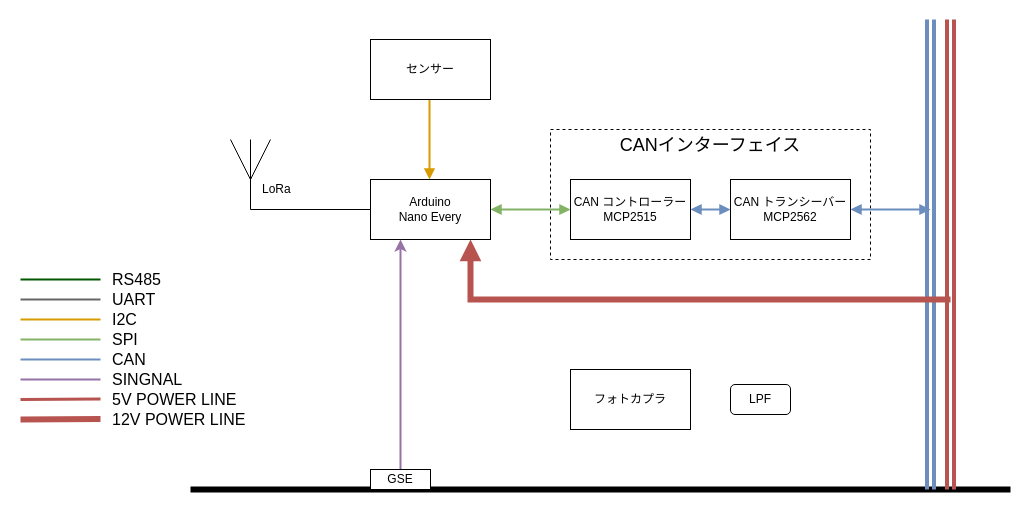
Earlier version of the draw.io diagram Documents/Reports/Drawio/ColorPalette_BlockDiagram.drawio (tokai-student-rocket-project/H-58-Avionics). Source tidied: cells renumbered, new cells numbered last; positions are measured from the earlier drawing's top-left corner, leaving out a move shared by most shapes. Both pictures are drawn from the tidied source at 100%, with x=0, y=0 at pixel (20, 19).
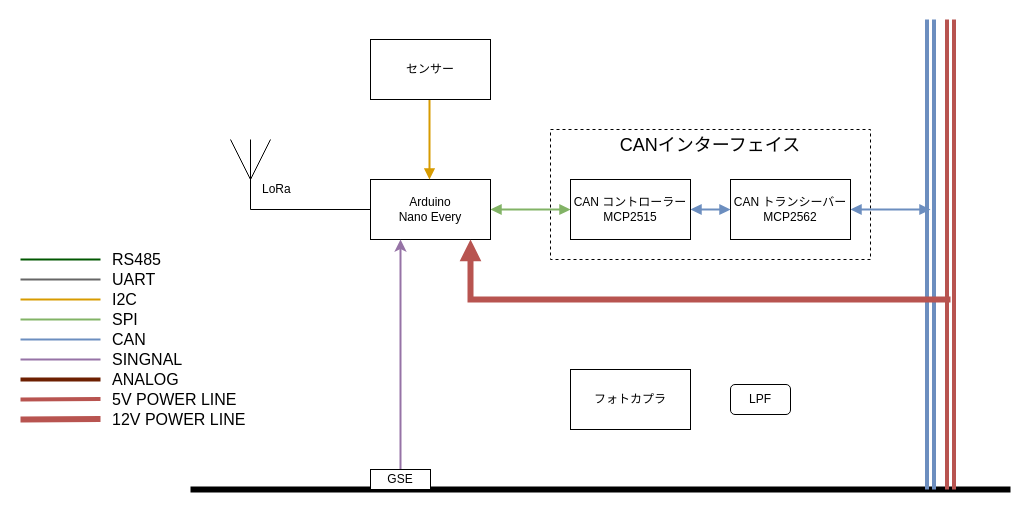
The same page after the edit.

Commit message (it also covers changes not shown here):
電源系の図を追加

Change to the diagram source:
```diff
@@
     <mxCell id="21" style="endArrow=none;html=1;rounded=0;strokeWidth=2;fillColor=#ffe6cc;strokeColor=#d79b00;" parent="1" edge="1">
       <mxGeometry relative="1" as="geometry">
-        <mxPoint y="300" as="sourcePoint" />
-        <mxPoint x="80" y="300" as="targetPoint" />
+        <mxPoint y="280" as="sourcePoint" />
+        <mxPoint x="80" y="280" as="targetPoint" />
       </mxGeometry>
     </mxCell>
     <mxCell id="22" value="I2C" style="text;html=1;strokeColor=none;fillColor=none;align=left;verticalAlign=middle;whiteSpace=wrap;rounded=0;fontSize=16;" parent="1" vertex="1">
-      <mxGeometry x="90" y="290" width="60" height="20" as="geometry" />
+      <mxGeometry x="90" y="270" width="60" height="20" as="geometry" />
     </mxCell>
     <mxCell id="23" style="endArrow=none;html=1;rounded=0;strokeWidth=2;fillColor=#d5e8d4;strokeColor=#82b366;" parent="1" edge="1">
       <mxGeometry relative="1" as="geometry">
-        <mxPoint y="320" as="sourcePoint" />
-        <mxPoint x="80" y="320" as="targetPoint" />
+        <mxPoint y="300" as="sourcePoint" />
+        <mxPoint x="80" y="300" as="targetPoint" />
       </mxGeometry>
     </mxCell>
     <mxCell id="24" value="SPI" style="text;html=1;strokeColor=none;fillColor=none;align=left;verticalAlign=middle;whiteSpace=wrap;rounded=0;fontSize=16;" parent="1" vertex="1">
-      <mxGeometry x="90" y="310" width="60" height="20" as="geometry" />
+      <mxGeometry x="90" y="290" width="60" height="20" as="geometry" />
     </mxCell>
     <mxCell id="25" style="endArrow=none;html=1;rounded=0;strokeWidth=2;fillColor=#dae8fc;strokeColor=#6c8ebf;" parent="1" edge="1">
       <mxGeometry relative="1" as="geometry">
-        <mxPoint y="340" as="sourcePoint" />
-        <mxPoint x="80" y="340" as="targetPoint" />
+        <mxPoint y="320" as="sourcePoint" />
+        <mxPoint x="80" y="320" as="targetPoint" />
       </mxGeometry>
     </mxCell>
     <mxCell id="26" value="CAN" style="text;html=1;strokeColor=none;fillColor=none;align=left;verticalAlign=middle;whiteSpace=wrap;rounded=0;fontSize=16;" parent="1" vertex="1">
-      <mxGeometry x="90" y="330" width="60" height="20" as="geometry" />
+      <mxGeometry x="90" y="310" width="60" height="20" as="geometry" />
     </mxCell>
@@
-    <mxCell id="30" style="endArrow=none;html=1;rounded=0;fillColor=#f8cecc;strokeColor=#b85450;strokeWidth=3;" parent="1" edge="1">
+    <mxCell id="30" style="endArrow=none;html=1;rounded=0;fillColor=#f8cecc;strokeColor=#b85450;strokeWidth=4;" parent="1" edge="1">
       <mxGeometry relative="1" as="geometry">
         <mxPoint y="380" as="sourcePoint" />
         <mxPoint x="80" y="379.5" as="targetPoint" />
       </mxGeometry>
     </mxCell>
@@
     <mxCell id="35" style="endArrow=none;html=1;rounded=0;strokeWidth=2;fillColor=#e1d5e7;strokeColor=#9673a6;" parent="1" edge="1">
       <mxGeometry relative="1" as="geometry">
-        <mxPoint y="360" as="sourcePoint" />
-        <mxPoint x="80" y="360" as="targetPoint" />
+        <mxPoint y="340" as="sourcePoint" />
+        <mxPoint x="80" y="340" as="targetPoint" />
       </mxGeometry>
     </mxCell>
     <mxCell id="36" value="SINGNAL" style="text;html=1;strokeColor=none;fillColor=none;align=left;verticalAlign=middle;whiteSpace=wrap;rounded=0;fontSize=16;" parent="1" vertex="1">
-      <mxGeometry x="90" y="350" width="60" height="20" as="geometry" />
+      <mxGeometry x="90" y="330" width="60" height="20" as="geometry" />
     </mxCell>
     <mxCell id="37" style="endArrow=none;html=1;rounded=0;strokeWidth=2;fillColor=#f5f5f5;strokeColor=#666666;" parent="1" edge="1">
       <mxGeometry relative="1" as="geometry">
-        <mxPoint y="280" as="sourcePoint" />
-        <mxPoint x="80" y="280" as="targetPoint" />
+        <mxPoint y="260" as="sourcePoint" />
+        <mxPoint x="80" y="260" as="targetPoint" />
       </mxGeometry>
     </mxCell>
     <mxCell id="38" value="UART" style="text;html=1;strokeColor=none;fillColor=none;align=left;verticalAlign=middle;whiteSpace=wrap;rounded=0;fontSize=16;" parent="1" vertex="1">
-      <mxGeometry x="90" y="270" width="60" height="20" as="geometry" />
+      <mxGeometry x="90" y="250" width="60" height="20" as="geometry" />
     </mxCell>
     <mxCell id="39" style="endArrow=none;html=1;rounded=0;strokeWidth=2;fillColor=#008a00;strokeColor=#005700;" parent="1" edge="1">
       <mxGeometry relative="1" as="geometry">
-        <mxPoint y="260" as="sourcePoint" />
-        <mxPoint x="80" y="260" as="targetPoint" />
+        <mxPoint y="240" as="sourcePoint" />
+        <mxPoint x="80" y="240" as="targetPoint" />
       </mxGeometry>
     </mxCell>
     <mxCell id="40" value="RS485" style="text;html=1;strokeColor=none;fillColor=none;align=left;verticalAlign=middle;whiteSpace=wrap;rounded=0;fontSize=16;" parent="1" vertex="1">
-      <mxGeometry x="90" y="250" width="60" height="20" as="geometry" />
+      <mxGeometry x="90" y="230" width="60" height="20" as="geometry" />
     </mxCell>
+    <mxCell id="41" style="endArrow=none;html=1;rounded=0;strokeWidth=4;fillColor=#a0522d;strokeColor=#6D1F00;" parent="1" edge="1">
+      <mxGeometry relative="1" as="geometry">
+        <mxPoint y="360" as="sourcePoint" />
+        <mxPoint x="80" y="360" as="targetPoint" />
+      </mxGeometry>
+    </mxCell>
+    <mxCell id="42" value="ANALOG" style="text;html=1;strokeColor=none;fillColor=none;align=left;verticalAlign=middle;whiteSpace=wrap;rounded=0;fontSize=16;" parent="1" vertex="1">
+      <mxGeometry x="90" y="350" width="60" height="20" as="geometry" />
+    </mxCell>
```
